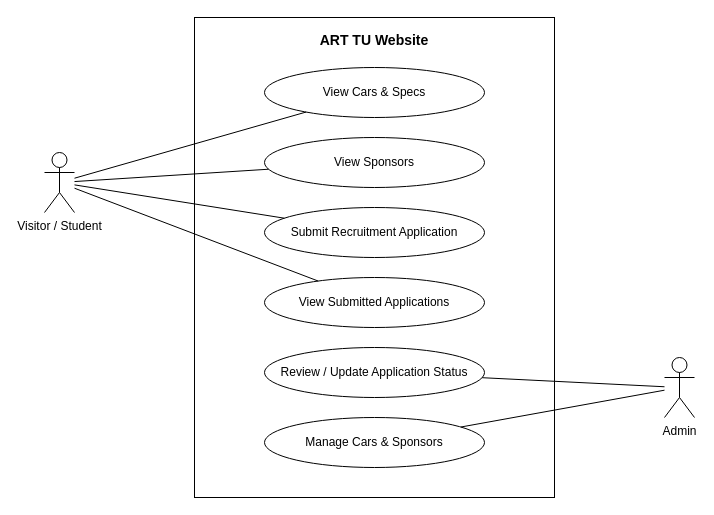
Earlier version of the draw.io diagram docs/use_case_diagram.drawio (devrim6/ARTTU-Software.github.io). Source tidied: cells renumbered, new cells numbered last; positions are measured from the earlier drawing's top-left corner, leaving out a move shared by most shapes. Both pictures are drawn from the tidied source at 100%, with x=0, y=0 at pixel (44, 17).
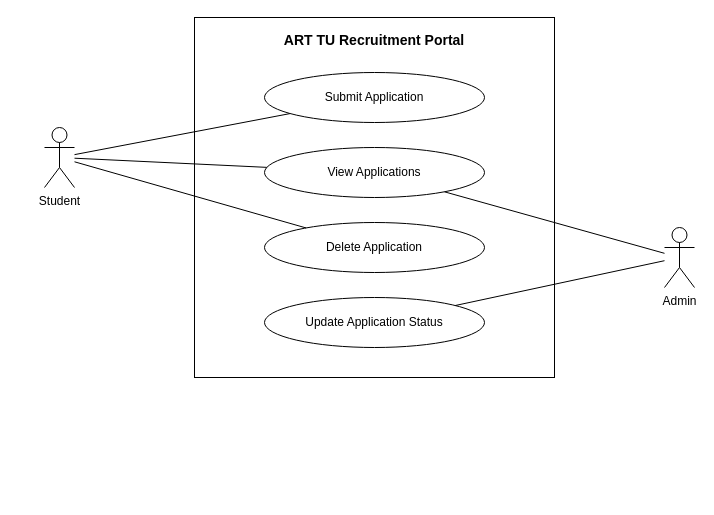
The same diagram, later.

Commit message (it also covers changes not shown here):
docs: update guide and use case diagram for simple recruitment app

Diff of the diagram source:
```diff
@@
 <mxGraphModel background="#ffffff">
   <root>
     <mxCell id="0" />
     <mxCell id="1" parent="0" />
-    <mxCell id="2" value="ART TU Website" style="rounded=0;whiteSpace=wrap;html=1;fillColor=none;strokeColor=#000000;fontColor=#000000;verticalAlign=top;fontStyle=1;fontSize=14;spacingTop=8;" parent="1" vertex="1">
-      <mxGeometry x="150" width="360" height="480" as="geometry" />
+    <mxCell id="2" value="ART TU Recruitment Portal" style="rounded=0;whiteSpace=wrap;html=1;fillColor=none;strokeColor=#000000;fontColor=#000000;verticalAlign=top;fontStyle=1;fontSize=14;spacingTop=8;" parent="1" vertex="1">
+      <mxGeometry x="150" width="360" height="360" as="geometry" />
     </mxCell>
-    <mxCell id="3" value="Visitor / Student" style="shape=umlActor;verticalLabelPosition=bottom;verticalAlign=top;html=1;outlineConnect=0;fillColor=#ffffff;strokeColor=#000000;fontColor=#000000;fontSize=12;" parent="1" vertex="1">
-      <mxGeometry y="135" width="30" height="60" as="geometry" />
-    </mxCell>
+    <mxCell id="17" value="Student" style="shape=umlActor;verticalLabelPosition=bottom;verticalAlign=top;html=1;outlineConnect=0;fillColor=#ffffff;strokeColor=#000000;fontColor=#000000;fontSize=12;" parent="1" vertex="1">
+      <mxGeometry y="110" width="30" height="60" as="geometry" />
+    </mxCell>
     <mxCell id="4" value="Admin" style="shape=umlActor;verticalLabelPosition=bottom;verticalAlign=top;html=1;outlineConnect=0;fillColor=#ffffff;strokeColor=#000000;fontColor=#000000;fontSize=12;" parent="1" vertex="1">
-      <mxGeometry x="620" y="340" width="30" height="60" as="geometry" />
+      <mxGeometry x="620" y="210" width="30" height="60" as="geometry" />
     </mxCell>
-    <mxCell id="5" value="View Cars &amp; Specs" style="ellipse;whiteSpace=wrap;html=1;fillColor=#ffffff;strokeColor=#000000;fontColor=#000000;fontSize=12;" parent="1" vertex="1">
-      <mxGeometry x="220" y="50" width="220" height="50" as="geometry" />
+    <mxCell id="5" value="Submit Application" style="ellipse;whiteSpace=wrap;html=1;fillColor=#ffffff;strokeColor=#000000;fontColor=#000000;fontSize=12;" parent="1" vertex="1">
+      <mxGeometry x="220" y="55" width="220" height="50" as="geometry" />
     </mxCell>
-    <mxCell id="6" value="View Sponsors" style="ellipse;whiteSpace=wrap;html=1;fillColor=#ffffff;strokeColor=#000000;fontColor=#000000;fontSize=12;" parent="1" vertex="1">
-      <mxGeometry x="220" y="120" width="220" height="50" as="geometry" />
+    <mxCell id="6" value="View Applications" style="ellipse;whiteSpace=wrap;html=1;fillColor=#ffffff;strokeColor=#000000;fontColor=#000000;fontSize=12;" parent="1" vertex="1">
+      <mxGeometry x="220" y="130" width="220" height="50" as="geometry" />
     </mxCell>
-    <mxCell id="7" value="Submit Recruitment Application" style="ellipse;whiteSpace=wrap;html=1;fillColor=#ffffff;strokeColor=#000000;fontColor=#000000;fontSize=12;" parent="1" vertex="1">
-      <mxGeometry x="220" y="190" width="220" height="50" as="geometry" />
+    <mxCell id="7" value="Delete Application" style="ellipse;whiteSpace=wrap;html=1;fillColor=#ffffff;strokeColor=#000000;fontColor=#000000;fontSize=12;" parent="1" vertex="1">
+      <mxGeometry x="220" y="205" width="220" height="50" as="geometry" />
     </mxCell>
-    <mxCell id="8" value="View Submitted Applications" style="ellipse;whiteSpace=wrap;html=1;fillColor=#ffffff;strokeColor=#000000;fontColor=#000000;fontSize=12;" parent="1" vertex="1">
-      <mxGeometry x="220" y="260" width="220" height="50" as="geometry" />
+    <mxCell id="8" value="Update Application Status" style="ellipse;whiteSpace=wrap;html=1;fillColor=#ffffff;strokeColor=#000000;fontColor=#000000;fontSize=12;" parent="1" vertex="1">
+      <mxGeometry x="220" y="280" width="220" height="50" as="geometry" />
     </mxCell>
-    <mxCell id="9" value="Review / Update Application Status" style="ellipse;whiteSpace=wrap;html=1;fillColor=#ffffff;strokeColor=#000000;fontColor=#000000;fontSize=12;" parent="1" vertex="1">
-      <mxGeometry x="220" y="330" width="220" height="50" as="geometry" />
-    </mxCell>
-    <mxCell id="10" value="Manage Cars &amp; Sponsors" style="ellipse;whiteSpace=wrap;html=1;fillColor=#ffffff;strokeColor=#000000;fontColor=#000000;fontSize=12;" parent="1" vertex="1">
-      <mxGeometry x="220" y="400" width="220" height="50" as="geometry" />
-    </mxCell>
-    <mxCell id="11" style="endArrow=none;html=1;strokeColor=#000000;" parent="1" edge="1" source="3" target="5">
+    <mxCell id="11" style="endArrow=none;html=1;strokeColor=#000000;" parent="1" edge="1" source="17" target="5">
       <mxGeometry relative="1" as="geometry" />
     </mxCell>
-    <mxCell id="12" style="endArrow=none;html=1;strokeColor=#000000;" parent="1" edge="1" source="3" target="6">
+    <mxCell id="12" style="endArrow=none;html=1;strokeColor=#000000;" parent="1" edge="1" source="17" target="6">
       <mxGeometry relative="1" as="geometry" />
     </mxCell>
-    <mxCell id="13" style="endArrow=none;html=1;strokeColor=#000000;" parent="1" edge="1" source="3" target="7">
+    <mxCell id="13" style="endArrow=none;html=1;strokeColor=#000000;" parent="1" edge="1" source="17" target="7">
       <mxGeometry relative="1" as="geometry" />
     </mxCell>
-    <mxCell id="14" style="endArrow=none;html=1;strokeColor=#000000;" parent="1" edge="1" source="3" target="8">
+    <mxCell id="14" style="endArrow=none;html=1;strokeColor=#000000;" parent="1" edge="1" source="8" target="4">
       <mxGeometry relative="1" as="geometry" />
     </mxCell>
-    <mxCell id="15" style="endArrow=none;html=1;strokeColor=#000000;" parent="1" edge="1" source="9" target="4">
+    <mxCell id="15" style="endArrow=none;html=1;strokeColor=#000000;" parent="1" edge="1" source="6" target="4">
       <mxGeometry relative="1" as="geometry" />
     </mxCell>
-    <mxCell id="16" style="endArrow=none;html=1;strokeColor=#000000;" parent="1" edge="1" source="10" target="4">
-      <mxGeometry relative="1" as="geometry" />
-    </mxCell>
   </root>
 </mxGraphModel>
```
